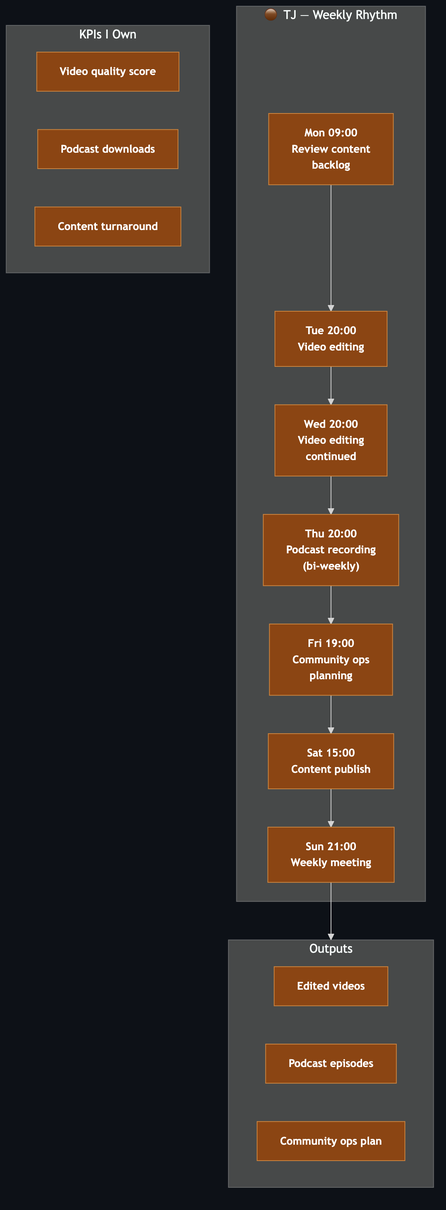
Above: products/hypeproof-workflow-diagrams/personal-tj.png in JeHyeong2/hypeprooflab (Mermaid), before the change. Its source is kept beside it as products/hypeproof-workflow-diagrams/personal-tj.mmd.
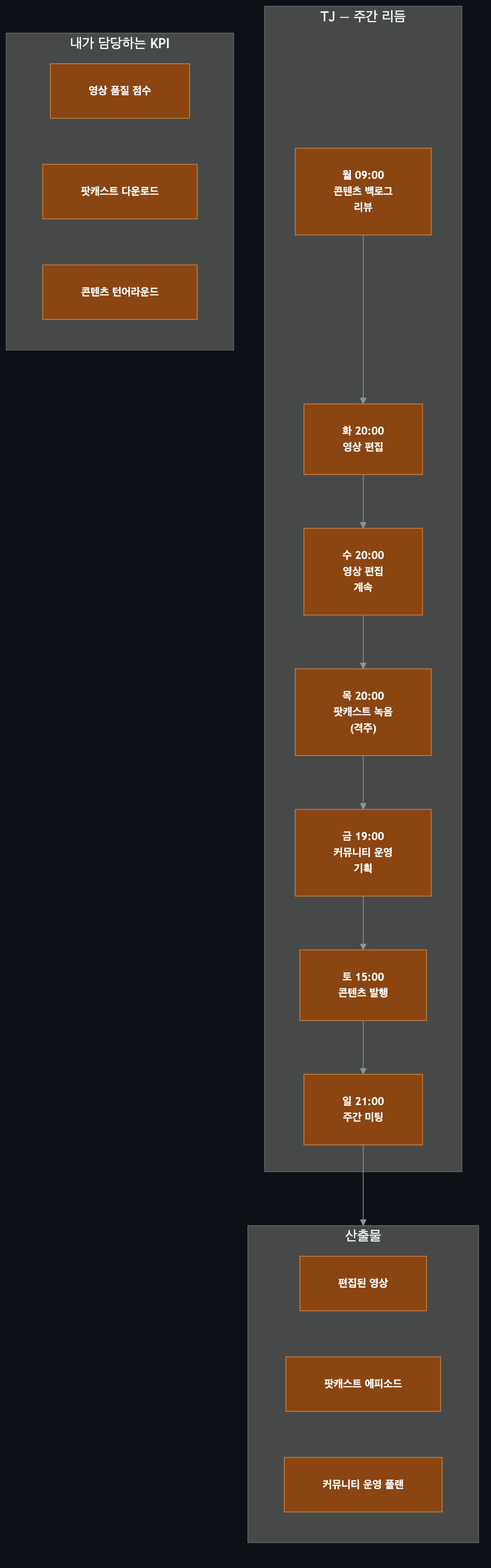
After the commit.

Diff of the diagram source:
```diff
@@ -2,26 +2,26 @@
     classDef tj fill:#8b4513,stroke:#cd853f,color:#fff,font-weight:bold,font-size:14px
     classDef dim fill:#30363d,stroke:#484f58,color:#8b949e
 
-    subgraph WEEK["🟤 TJ — Weekly Rhythm"]
-        MON["Mon 09:00<br/>Review content<br/>backlog"]
-        TUE["Tue 20:00<br/>Video editing"]
-        WED["Wed 20:00<br/>Video editing<br/>continued"]
-        THU["Thu 20:00<br/>Podcast recording<br/>(bi-weekly)"]
-        FRI["Fri 19:00<br/>Community ops<br/>planning"]
-        SAT["Sat 15:00<br/>Content publish"]
-        SUN["Sun 21:00<br/>Weekly meeting"]
+    subgraph WEEK["TJ — 주간 리듬"]
+        MON["월 09:00<br/>콘텐츠 백로그<br/>리뷰"]
+        TUE["화 20:00<br/>영상 편집"]
+        WED["수 20:00<br/>영상 편집<br/>계속"]
+        THU["목 20:00<br/>팟캐스트 녹음<br/>(격주)"]
+        FRI["금 19:00<br/>커뮤니티 운영<br/>기획"]
+        SAT["토 15:00<br/>콘텐츠 발행"]
+        SUN["일 21:00<br/>주간 미팅"]
     end
 
-    subgraph OUT["Outputs"]
-        O1["Edited videos"]
-        O2["Podcast episodes"]
-        O3["Community ops plan"]
+    subgraph OUT["산출물"]
+        O1["편집된 영상"]
+        O2["팟캐스트 에피소드"]
+        O3["커뮤니티 운영 플랜"]
     end
 
-    subgraph KPI["KPIs I Own"]
-        K1["Video quality score"]
-        K2["Podcast downloads"]
-        K3["Content turnaround"]
+    subgraph KPI["내가 담당하는 KPI"]
+        K1["영상 품질 점수"]
+        K2["팟캐스트 다운로드"]
+        K3["콘텐츠 턴어라운드"]
     end
 
     MON --> TUE --> WED --> THU --> FRI --> SAT --> SUN
```
